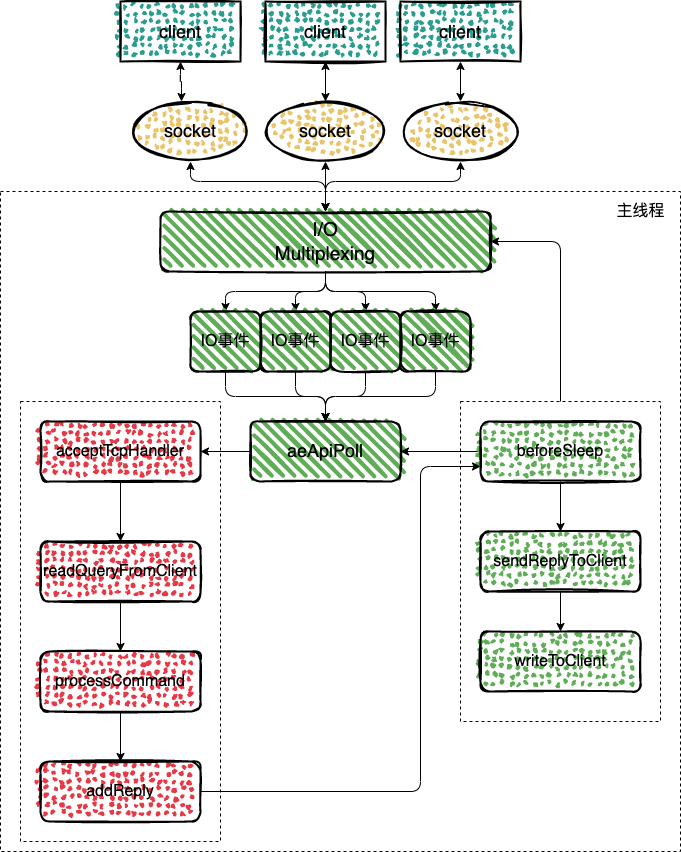
Before: img/redis/redis-single.png, a diagram exported from draw.io (boilingfrog/Go-POINT). Source tidied: cells renumbered, new cells last; positions are measured from the earlier drawing's top-left corner, leaving out a move shared by most shapes. Source of this version:
```xml
<mxGraphModel>
  <root>
    <mxCell id="0" />
    <mxCell id="1" parent="0" />
    <mxCell id="2" style="verticalLabelPosition=bottom;verticalAlign=top;html=1;shape=mxgraph.basic.rect;fillColor2=none;strokeWidth=1;size=20;indent=5;fillColor=none;dashed=1;" parent="1" vertex="1">
      <mxGeometry y="190" width="680" height="660" as="geometry" />
    </mxCell>
    <mxCell id="3" style="verticalLabelPosition=bottom;verticalAlign=top;html=1;shape=mxgraph.basic.rect;fillColor2=none;strokeWidth=1;size=20;indent=5;fillColor=none;dashed=1;" parent="1" vertex="1">
      <mxGeometry x="460" y="400" width="200" height="320" as="geometry" />
    </mxCell>
    <mxCell id="4" style="verticalLabelPosition=bottom;verticalAlign=top;html=1;shape=mxgraph.basic.rect;fillColor2=none;strokeWidth=1;size=20;indent=5;fillColor=none;dashed=1;" parent="1" vertex="1">
      <mxGeometry x="20" y="400" width="200" height="440" as="geometry" />
    </mxCell>
    <mxCell id="5" style="edgeStyle=orthogonalEdgeStyle;html=1;entryX=0.5;entryY=0;entryDx=0;entryDy=0;fontSize=16;startArrow=none;startFill=0;" parent="1" edge="1" source="9" target="40">
      <mxGeometry relative="1" as="geometry" />
    </mxCell>
    <mxCell id="6" style="edgeStyle=orthogonalEdgeStyle;html=1;entryX=0.5;entryY=0;entryDx=0;entryDy=0;fontSize=16;startArrow=none;startFill=0;" parent="1" edge="1" source="9" target="46">
      <mxGeometry relative="1" as="geometry" />
    </mxCell>
    <mxCell id="7" style="edgeStyle=orthogonalEdgeStyle;html=1;entryX=0.5;entryY=0;entryDx=0;entryDy=0;fontSize=16;startArrow=none;startFill=0;" parent="1" edge="1" source="9" target="42">
      <mxGeometry relative="1" as="geometry" />
    </mxCell>
    <mxCell id="8" style="edgeStyle=orthogonalEdgeStyle;html=1;entryX=0.5;entryY=0;entryDx=0;entryDy=0;fontSize=16;startArrow=none;startFill=0;" parent="1" edge="1" source="9" target="44">
      <mxGeometry relative="1" as="geometry" />
    </mxCell>
    <mxCell id="9" value="&lt;font style=&quot;font-size: 19px&quot;&gt;I/O&lt;br&gt;Multiplexing&lt;/font&gt;" style="rounded=1;whiteSpace=wrap;html=1;strokeWidth=2;fillWeight=4;hachureGap=8;hachureAngle=45;fillColor=#5FAD56;sketch=1;fontSize=16;" parent="1" vertex="1">
      <mxGeometry x="160" y="210" width="330" height="60" as="geometry" />
    </mxCell>
    <mxCell id="10" style="edgeStyle=orthogonalEdgeStyle;html=1;entryX=0.5;entryY=0;entryDx=0;entryDy=0;fontSize=25;startArrow=classic;startFill=1;" parent="1" edge="1" source="11" target="9">
      <mxGeometry relative="1" as="geometry">
        <Array as="points">
          <mxPoint x="190" y="180" />
          <mxPoint x="325" y="180" />
        </Array>
      </mxGeometry>
    </mxCell>
    <mxCell id="11" value="&lt;font style=&quot;font-size: 18px&quot;&gt;socket&lt;/font&gt;" style="ellipse;whiteSpace=wrap;html=1;strokeWidth=2;fillWeight=2;hachureGap=8;fillColor=#E9C46A;fillStyle=dots;sketch=1;fontSize=16;" parent="1" vertex="1">
      <mxGeometry x="130" y="100" width="120" height="60" as="geometry" />
    </mxCell>
    <mxCell id="12" style="edgeStyle=orthogonalEdgeStyle;html=1;entryX=0.5;entryY=0;entryDx=0;entryDy=0;fontSize=18;exitX=0.5;exitY=1;exitDx=0;exitDy=0;startArrow=classic;startFill=1;" parent="1" edge="1" source="13" target="9">
      <mxGeometry relative="1" as="geometry">
        <Array as="points">
          <mxPoint x="460" y="180" />
          <mxPoint x="325" y="180" />
        </Array>
      </mxGeometry>
    </mxCell>
    <mxCell id="13" value="&lt;font style=&quot;font-size: 18px&quot;&gt;socket&lt;/font&gt;" style="ellipse;whiteSpace=wrap;html=1;strokeWidth=2;fillWeight=2;hachureGap=8;fillColor=#E9C46A;fillStyle=dots;sketch=1;fontSize=16;" parent="1" vertex="1">
      <mxGeometry x="400" y="100" width="120" height="60" as="geometry" />
    </mxCell>
    <mxCell id="14" style="edgeStyle=orthogonalEdgeStyle;html=1;fontSize=16;startArrow=none;startFill=0;" parent="1" edge="1" source="15" target="17">
      <mxGeometry relative="1" as="geometry" />
    </mxCell>
    <mxCell id="15" value="&lt;font style=&quot;font-size: 18px&quot;&gt;aeApiPoll&lt;/font&gt;" style="rounded=1;whiteSpace=wrap;html=1;strokeWidth=2;fillWeight=4;hachureGap=8;hachureAngle=45;fillColor=#5FAD56;sketch=1;fontSize=16;" parent="1" vertex="1">
      <mxGeometry x="250" y="420" width="150" height="60" as="geometry" />
    </mxCell>
    <mxCell id="16" style="edgeStyle=orthogonalEdgeStyle;html=1;entryX=0.5;entryY=0;entryDx=0;entryDy=0;fontSize=16;startArrow=none;startFill=0;" parent="1" edge="1" source="17" target="27">
      <mxGeometry relative="1" as="geometry" />
    </mxCell>
    <mxCell id="17" value="acceptTcpHandler" style="rounded=1;whiteSpace=wrap;html=1;strokeWidth=2;fillWeight=2;hachureGap=8;hachureAngle=45;fillColor=#E63946;sketch=1;fontSize=16;fillStyle=dots;" parent="1" vertex="1">
      <mxGeometry x="40" y="420" width="160" height="60" as="geometry" />
    </mxCell>
    <mxCell id="18" style="edgeStyle=orthogonalEdgeStyle;html=1;entryX=0.5;entryY=0;entryDx=0;entryDy=0;fontSize=18;startArrow=classic;startFill=1;" parent="1" edge="1" source="19" target="9">
      <mxGeometry relative="1" as="geometry" />
    </mxCell>
    <mxCell id="19" value="&lt;font style=&quot;font-size: 18px&quot;&gt;socket&lt;/font&gt;" style="ellipse;whiteSpace=wrap;html=1;strokeWidth=2;fillWeight=2;hachureGap=8;fillColor=#E9C46A;fillStyle=dots;sketch=1;fontSize=16;" parent="1" vertex="1">
      <mxGeometry x="265" y="100" width="120" height="60" as="geometry" />
    </mxCell>
    <mxCell id="20" style="edgeStyle=orthogonalEdgeStyle;html=1;entryX=0.425;entryY=0;entryDx=0;entryDy=0;entryPerimeter=0;fontSize=19;startArrow=classic;startFill=1;" parent="1" edge="1" source="21" target="11">
      <mxGeometry relative="1" as="geometry" />
    </mxCell>
    <mxCell id="21" value="&lt;font style=&quot;font-size: 18px&quot;&gt;client&lt;/font&gt;" style="rounded=0;whiteSpace=wrap;html=1;fontFamily=Helvetica;fontSize=12;fontColor=default;strokeColor=default;fillColor=#2A9D8F;strokeWidth=2;fillWeight=2;hachureGap=8;fillStyle=dots;sketch=1;" parent="1" vertex="1">
      <mxGeometry x="120" width="120" height="60" as="geometry" />
    </mxCell>
    <mxCell id="22" style="edgeStyle=orthogonalEdgeStyle;html=1;entryX=0.5;entryY=0;entryDx=0;entryDy=0;fontSize=19;startArrow=classic;startFill=1;" parent="1" edge="1" source="23" target="19">
      <mxGeometry relative="1" as="geometry" />
    </mxCell>
    <mxCell id="23" value="&lt;font style=&quot;font-size: 18px&quot;&gt;client&lt;/font&gt;" style="rounded=0;whiteSpace=wrap;html=1;fontFamily=Helvetica;fontSize=12;fontColor=default;strokeColor=default;fillColor=#2A9D8F;strokeWidth=2;fillWeight=2;hachureGap=8;fillStyle=dots;sketch=1;" parent="1" vertex="1">
      <mxGeometry x="265" width="120" height="60" as="geometry" />
    </mxCell>
    <mxCell id="24" style="edgeStyle=orthogonalEdgeStyle;html=1;fontSize=19;startArrow=classic;startFill=1;" parent="1" edge="1" source="25" target="13">
      <mxGeometry relative="1" as="geometry" />
    </mxCell>
    <mxCell id="25" value="&lt;font style=&quot;font-size: 18px&quot;&gt;client&lt;/font&gt;" style="rounded=0;whiteSpace=wrap;html=1;fontFamily=Helvetica;fontSize=12;fontColor=default;strokeColor=default;fillColor=#2A9D8F;strokeWidth=2;fillWeight=2;hachureGap=8;fillStyle=dots;sketch=1;" parent="1" vertex="1">
      <mxGeometry x="400" width="120" height="60" as="geometry" />
    </mxCell>
    <mxCell id="26" style="edgeStyle=orthogonalEdgeStyle;html=1;fontSize=16;startArrow=none;startFill=0;" parent="1" edge="1" source="27" target="35">
      <mxGeometry relative="1" as="geometry" />
    </mxCell>
    <mxCell id="27" value="readQueryFromClient" style="rounded=1;whiteSpace=wrap;html=1;strokeWidth=2;fillWeight=2;hachureGap=8;hachureAngle=45;fillColor=#E63946;sketch=1;fontSize=16;fillStyle=dots;" parent="1" vertex="1">
      <mxGeometry x="40" y="540" width="160" height="60" as="geometry" />
    </mxCell>
    <mxCell id="28" style="edgeStyle=orthogonalEdgeStyle;html=1;entryX=0.5;entryY=0;entryDx=0;entryDy=0;fontSize=16;startArrow=none;startFill=0;" parent="1" edge="1" source="29" target="38">
      <mxGeometry relative="1" as="geometry" />
    </mxCell>
    <mxCell id="29" value="sendReplyToClient" style="rounded=1;whiteSpace=wrap;html=1;strokeWidth=2;fillWeight=2;hachureGap=8;hachureAngle=45;fillColor=#5FAD56;sketch=1;fontSize=16;fillStyle=dots;" parent="1" vertex="1">
      <mxGeometry x="480" y="530" width="160" height="60" as="geometry" />
    </mxCell>
    <mxCell id="30" style="edgeStyle=orthogonalEdgeStyle;html=1;entryX=1;entryY=0.5;entryDx=0;entryDy=0;fontSize=16;startArrow=none;startFill=0;" parent="1" edge="1" source="33" target="15">
      <mxGeometry relative="1" as="geometry" />
    </mxCell>
    <mxCell id="31" style="edgeStyle=orthogonalEdgeStyle;html=1;entryX=0.5;entryY=0;entryDx=0;entryDy=0;fontSize=16;startArrow=none;startFill=0;" parent="1" edge="1" source="33" target="29">
      <mxGeometry relative="1" as="geometry" />
    </mxCell>
    <mxCell id="32" style="edgeStyle=orthogonalEdgeStyle;html=1;entryX=1;entryY=0.5;entryDx=0;entryDy=0;fontSize=16;startArrow=none;startFill=0;" parent="1" edge="1" target="9">
      <mxGeometry relative="1" as="geometry">
        <mxPoint x="560" y="400" as="sourcePoint" />
        <Array as="points">
          <mxPoint x="560" y="240" />
        </Array>
      </mxGeometry>
    </mxCell>
    <mxCell id="33" value="beforeSleep" style="rounded=1;whiteSpace=wrap;html=1;strokeWidth=2;fillWeight=2;hachureGap=8;hachureAngle=45;fillColor=#5FAD56;sketch=1;fontSize=16;fillStyle=dots;" parent="1" vertex="1">
      <mxGeometry x="480" y="420" width="160" height="60" as="geometry" />
    </mxCell>
    <mxCell id="34" style="edgeStyle=orthogonalEdgeStyle;html=1;entryX=0.5;entryY=0;entryDx=0;entryDy=0;fontSize=16;startArrow=none;startFill=0;" parent="1" edge="1" source="35" target="37">
      <mxGeometry relative="1" as="geometry" />
    </mxCell>
    <mxCell id="35" value="processCommand" style="rounded=1;whiteSpace=wrap;html=1;strokeWidth=2;fillWeight=2;hachureGap=8;hachureAngle=45;fillColor=#E63946;sketch=1;fontSize=16;fillStyle=dots;" parent="1" vertex="1">
      <mxGeometry x="40" y="650" width="160" height="60" as="geometry" />
    </mxCell>
    <mxCell id="36" style="edgeStyle=orthogonalEdgeStyle;html=1;fontSize=16;startArrow=none;startFill=0;entryX=0;entryY=0.75;entryDx=0;entryDy=0;" parent="1" edge="1" source="37" target="33">
      <mxGeometry relative="1" as="geometry">
        <Array as="points">
          <mxPoint x="420" y="790" />
          <mxPoint x="420" y="465" />
        </Array>
      </mxGeometry>
    </mxCell>
    <mxCell id="37" value="addReply" style="rounded=1;whiteSpace=wrap;html=1;strokeWidth=2;fillWeight=2;hachureGap=8;hachureAngle=45;fillColor=#E63946;sketch=1;fontSize=16;fillStyle=dots;" parent="1" vertex="1">
      <mxGeometry x="40" y="760" width="160" height="60" as="geometry" />
    </mxCell>
    <mxCell id="38" value="writeToClient" style="rounded=1;whiteSpace=wrap;html=1;strokeWidth=2;fillWeight=2;hachureGap=8;hachureAngle=45;fillColor=#5FAD56;sketch=1;fontSize=16;fillStyle=dots;" parent="1" vertex="1">
      <mxGeometry x="480" y="630" width="160" height="60" as="geometry" />
    </mxCell>
    <mxCell id="39" style="edgeStyle=orthogonalEdgeStyle;html=1;entryX=0.5;entryY=0;entryDx=0;entryDy=0;fontSize=16;startArrow=none;startFill=0;" parent="1" edge="1" source="40" target="15">
      <mxGeometry relative="1" as="geometry" />
    </mxCell>
    <mxCell id="40" value="IO事件" style="rounded=1;whiteSpace=wrap;html=1;strokeWidth=2;fillWeight=4;hachureGap=8;hachureAngle=45;fillColor=#5FAD56;sketch=1;fontSize=16;" parent="1" vertex="1">
      <mxGeometry x="190" y="310" width="70" height="60" as="geometry" />
    </mxCell>
    <mxCell id="41" style="edgeStyle=orthogonalEdgeStyle;html=1;entryX=0.5;entryY=0;entryDx=0;entryDy=0;fontSize=16;startArrow=none;startFill=0;" parent="1" edge="1" source="42" target="15">
      <mxGeometry relative="1" as="geometry" />
    </mxCell>
    <mxCell id="42" value="IO事件" style="rounded=1;whiteSpace=wrap;html=1;strokeWidth=2;fillWeight=4;hachureGap=8;hachureAngle=45;fillColor=#5FAD56;sketch=1;fontSize=16;" parent="1" vertex="1">
      <mxGeometry x="260" y="310" width="70" height="60" as="geometry" />
    </mxCell>
    <mxCell id="43" style="edgeStyle=orthogonalEdgeStyle;html=1;entryX=0.5;entryY=0;entryDx=0;entryDy=0;fontSize=16;startArrow=none;startFill=0;" parent="1" edge="1" source="44" target="15">
      <mxGeometry relative="1" as="geometry" />
    </mxCell>
    <mxCell id="44" value="IO事件" style="rounded=1;whiteSpace=wrap;html=1;strokeWidth=2;fillWeight=4;hachureGap=8;hachureAngle=45;fillColor=#5FAD56;sketch=1;fontSize=16;" parent="1" vertex="1">
      <mxGeometry x="330" y="310" width="70" height="60" as="geometry" />
    </mxCell>
    <mxCell id="45" style="edgeStyle=orthogonalEdgeStyle;html=1;entryX=0.5;entryY=0;entryDx=0;entryDy=0;fontSize=16;startArrow=none;startFill=0;" parent="1" edge="1" source="46" target="15">
      <mxGeometry relative="1" as="geometry" />
    </mxCell>
    <mxCell id="46" value="IO事件" style="rounded=1;whiteSpace=wrap;html=1;strokeWidth=2;fillWeight=4;hachureGap=8;hachureAngle=45;fillColor=#5FAD56;sketch=1;fontSize=16;" parent="1" vertex="1">
      <mxGeometry x="400" y="310" width="70" height="60" as="geometry" />
    </mxCell>
    <mxCell id="47" value="主线程" style="text;html=1;align=center;verticalAlign=middle;strokeColor=none;fillColor=none;fontSize=16;" parent="1" vertex="1">
      <mxGeometry x="610" y="200" width="60" height="20" as="geometry" />
    </mxCell>
  </root>
</mxGraphModel>
```
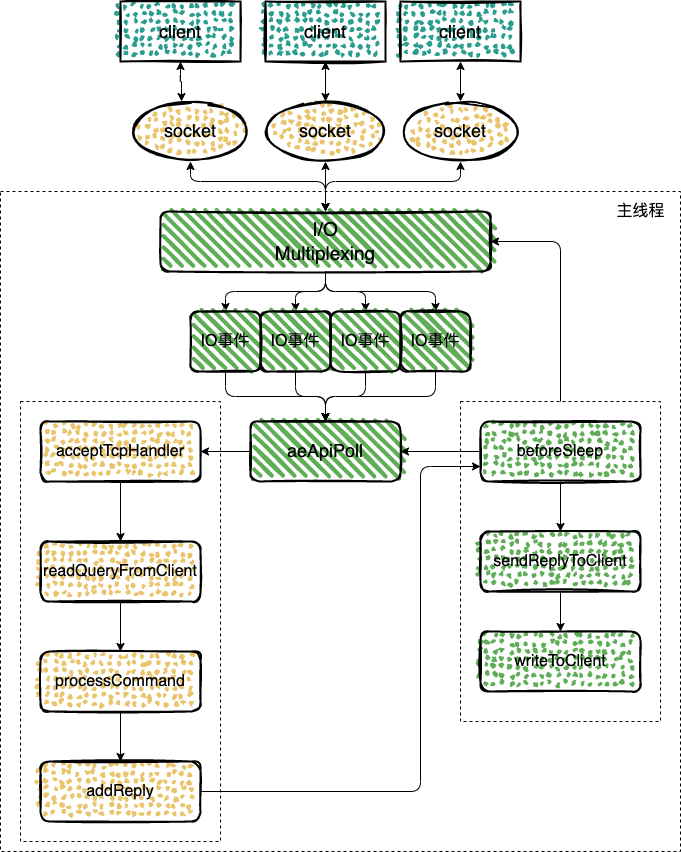
The same file after the commit.

Commit message:
feat:redis 中的原子性

Diff of the diagram source:
```diff
@@ -57,7 +57,7 @@
     <mxCell id="16" style="edgeStyle=orthogonalEdgeStyle;html=1;entryX=0.5;entryY=0;entryDx=0;entryDy=0;fontSize=16;startArrow=none;startFill=0;" parent="1" edge="1" source="17" target="27">
       <mxGeometry relative="1" as="geometry" />
     </mxCell>
-    <mxCell id="17" value="acceptTcpHandler" style="rounded=1;whiteSpace=wrap;html=1;strokeWidth=2;fillWeight=2;hachureGap=8;hachureAngle=45;fillColor=#E63946;sketch=1;fontSize=16;fillStyle=dots;" parent="1" vertex="1">
+    <mxCell id="17" value="acceptTcpHandler" style="rounded=1;whiteSpace=wrap;html=1;strokeWidth=2;fillWeight=2;hachureGap=8;hachureAngle=45;fillColor=#E9C46A;sketch=1;fontSize=16;fillStyle=dots;" parent="1" vertex="1">
       <mxGeometry x="40" y="420" width="160" height="60" as="geometry" />
     </mxCell>
     <mxCell id="18" style="edgeStyle=orthogonalEdgeStyle;html=1;entryX=0.5;entryY=0;entryDx=0;entryDy=0;fontSize=18;startArrow=classic;startFill=1;" parent="1" edge="1" source="19" target="9">
@@ -87,7 +87,7 @@
     <mxCell id="26" style="edgeStyle=orthogonalEdgeStyle;html=1;fontSize=16;startArrow=none;startFill=0;" parent="1" edge="1" source="27" target="35">
       <mxGeometry relative="1" as="geometry" />
     </mxCell>
-    <mxCell id="27" value="readQueryFromClient" style="rounded=1;whiteSpace=wrap;html=1;strokeWidth=2;fillWeight=2;hachureGap=8;hachureAngle=45;fillColor=#E63946;sketch=1;fontSize=16;fillStyle=dots;" parent="1" vertex="1">
+    <mxCell id="27" value="readQueryFromClient" style="rounded=1;whiteSpace=wrap;html=1;strokeWidth=2;fillWeight=2;hachureGap=8;hachureAngle=45;fillColor=#E9C46A;sketch=1;fontSize=16;fillStyle=dots;" parent="1" vertex="1">
       <mxGeometry x="40" y="540" width="160" height="60" as="geometry" />
     </mxCell>
     <mxCell id="28" style="edgeStyle=orthogonalEdgeStyle;html=1;entryX=0.5;entryY=0;entryDx=0;entryDy=0;fontSize=16;startArrow=none;startFill=0;" parent="1" edge="1" source="29" target="38">
@@ -116,7 +116,7 @@
     <mxCell id="34" style="edgeStyle=orthogonalEdgeStyle;html=1;entryX=0.5;entryY=0;entryDx=0;entryDy=0;fontSize=16;startArrow=none;startFill=0;" parent="1" edge="1" source="35" target="37">
       <mxGeometry relative="1" as="geometry" />
     </mxCell>
-    <mxCell id="35" value="processCommand" style="rounded=1;whiteSpace=wrap;html=1;strokeWidth=2;fillWeight=2;hachureGap=8;hachureAngle=45;fillColor=#E63946;sketch=1;fontSize=16;fillStyle=dots;" parent="1" vertex="1">
+    <mxCell id="35" value="processCommand" style="rounded=1;whiteSpace=wrap;html=1;strokeWidth=2;fillWeight=2;hachureGap=8;hachureAngle=45;fillColor=#E9C46A;sketch=1;fontSize=16;fillStyle=dots;" parent="1" vertex="1">
       <mxGeometry x="40" y="650" width="160" height="60" as="geometry" />
     </mxCell>
     <mxCell id="36" style="edgeStyle=orthogonalEdgeStyle;html=1;fontSize=16;startArrow=none;startFill=0;entryX=0;entryY=0.75;entryDx=0;entryDy=0;" parent="1" edge="1" source="37" target="33">
@@ -127,7 +127,7 @@
         </Array>
       </mxGeometry>
     </mxCell>
-    <mxCell id="37" value="addReply" style="rounded=1;whiteSpace=wrap;html=1;strokeWidth=2;fillWeight=2;hachureGap=8;hachureAngle=45;fillColor=#E63946;sketch=1;fontSize=16;fillStyle=dots;" parent="1" vertex="1">
+    <mxCell id="37" value="addReply" style="rounded=1;whiteSpace=wrap;html=1;strokeWidth=2;fillWeight=2;hachureGap=8;hachureAngle=45;fillColor=#E9C46A;sketch=1;fontSize=16;fillStyle=dots;" parent="1" vertex="1">
       <mxGeometry x="40" y="760" width="160" height="60" as="geometry" />
     </mxCell>
     <mxCell id="38" value="writeToClient" style="rounded=1;whiteSpace=wrap;html=1;strokeWidth=2;fillWeight=2;hachureGap=8;hachureAngle=45;fillColor=#5FAD56;sketch=1;fontSize=16;fillStyle=dots;" parent="1" vertex="1">
```
